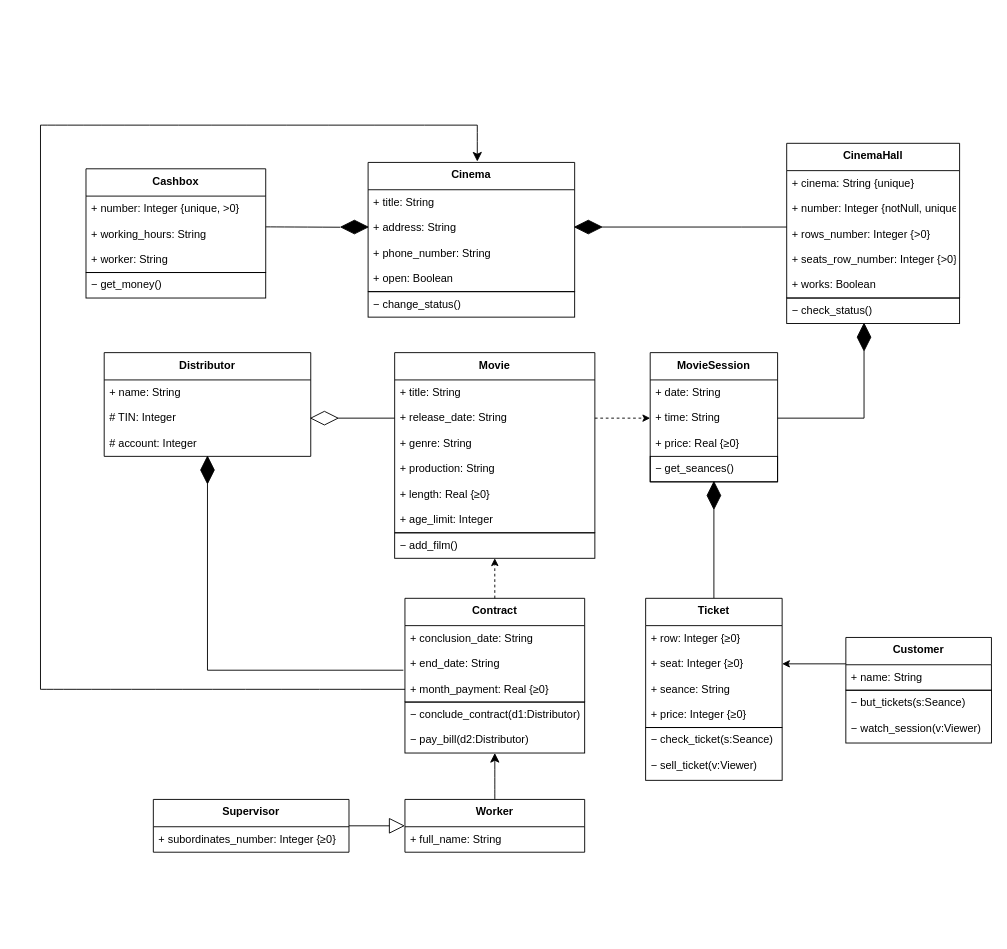
Before: Диаграмма классов.drawio in ANDaniell/-design-practice, a draw.io diagram. Source tidied: cells renumbered, new cells numbered last; positions are measured from the earlier drawing's top-left corner, leaving out a move shared by most shapes. Both pictures are drawn from the tidied source at 91%, with x=0, y=0 at pixel (40, 125).
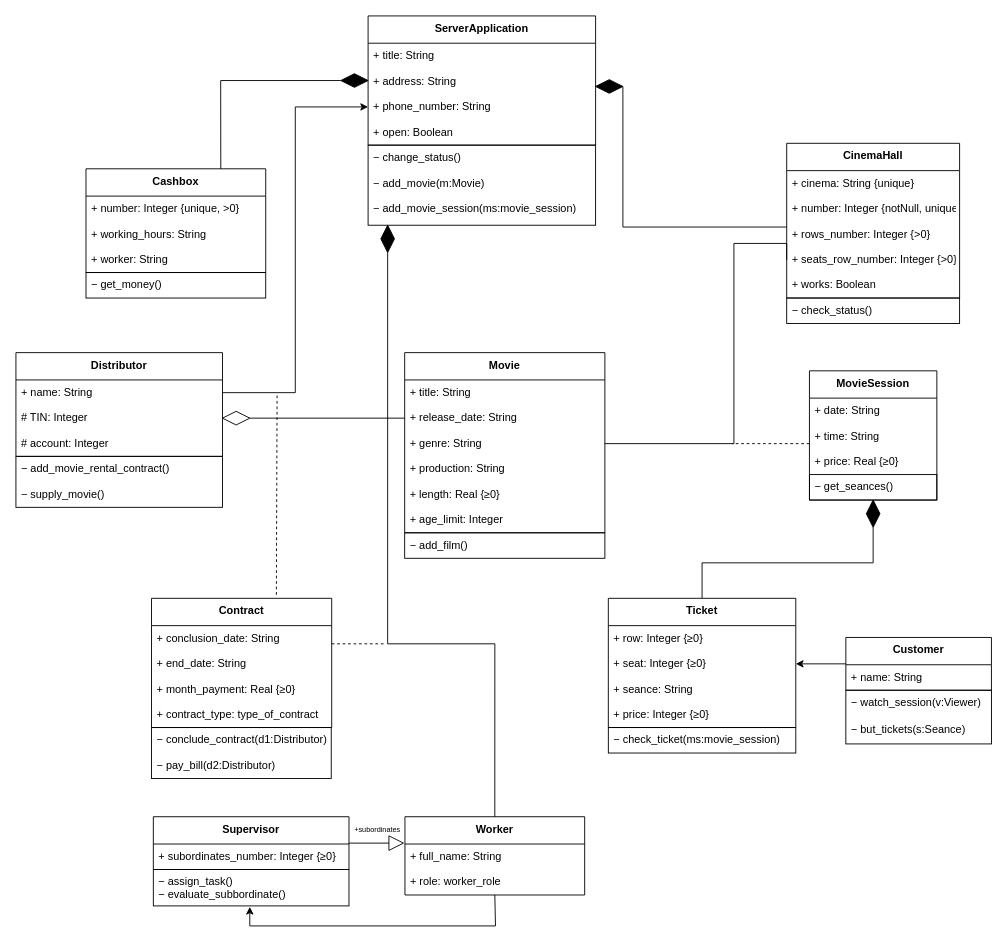
The same diagram, later.

The change refers to these unchanged cells:
```xml
<mxCell id="13" value="+ seats_row_number: Integer {&gt;0}" style="text;strokeColor=none;fillColor=none;align=left;verticalAlign=top;spacingLeft=4;spacingRight=4;overflow=hidden;points=[[0,0.5],[1,0.5]];portConstraint=eastwest;" parent="9" vertex="1">
  <mxGeometry y="114" width="190" height="28" as="geometry" />
</mxCell>
<mxCell id="17" value="+ release_date: String" style="text;strokeColor=none;fillColor=none;align=left;verticalAlign=top;spacingLeft=4;spacingRight=4;overflow=hidden;points=[[0,0.5],[1,0.5]];portConstraint=eastwest;" parent="15" vertex="1">
  <mxGeometry y="58" width="220" height="28" as="geometry" />
</mxCell>
<mxCell id="25" value="+ time: String" style="text;strokeColor=none;fillColor=none;align=left;verticalAlign=top;spacingLeft=4;spacingRight=4;overflow=hidden;points=[[0,0.5],[1,0.5]];portConstraint=eastwest;" parent="23" vertex="1">
  <mxGeometry y="58" width="140" height="28" as="geometry" />
</mxCell>
<mxCell id="44" value="+ name: String" style="text;strokeColor=none;fillColor=none;align=left;verticalAlign=top;spacingLeft=4;spacingRight=4;overflow=hidden;points=[[0,0.5],[1,0.5]];portConstraint=eastwest;" parent="43" vertex="1">
  <mxGeometry y="30" width="227" height="28" as="geometry" />
</mxCell>
<mxCell id="58" value="Cashbox" style="swimlane;fontStyle=1;align=center;verticalAlign=top;horizontal=1;startSize=30;" parent="1" vertex="1">
  <mxGeometry x="50" y="48" width="197.5" height="114" as="geometry" />
</mxCell>
```

Change to the diagram source:
```diff
@@
+    <mxCell id="87" style="rounded=0;whiteSpace=wrap;html=1;fillColor=none;" parent="1" vertex="1">
+      <mxGeometry x="124" y="818" width="215" height="40" as="geometry" />
+    </mxCell>
     <mxCell id="2" style="rounded=0;whiteSpace=wrap;html=1;fillColor=none;" parent="1" vertex="1">
-      <mxGeometry x="400.5" y="634" width="197.5" height="56" as="geometry" />
+      <mxGeometry x="122" y="662" width="197.5" height="56" as="geometry" />
     </mxCell>
@@
-    <mxCell id="4" value="Cinema" style="swimlane;fontStyle=1;align=center;verticalAlign=top;horizontal=1;startSize=30;" parent="1" vertex="1">
-      <mxGeometry x="360" y="41" width="227" height="142" as="geometry" />
+    <mxCell id="4" value="ServerApplication" style="swimlane;fontStyle=1;align=center;verticalAlign=top;horizontal=1;startSize=30;" parent="1" vertex="1">
+      <mxGeometry x="360" y="-120" width="250" height="142" as="geometry" />
     </mxCell>
     <mxCell id="5" value="+ title: String" style="text;strokeColor=none;fillColor=none;align=left;verticalAlign=top;spacingLeft=4;spacingRight=4;overflow=hidden;" parent="4" vertex="1">
-      <mxGeometry y="30" width="227" height="28" as="geometry" />
+      <mxGeometry y="30" width="250" height="28" as="geometry" />
     </mxCell>
     <mxCell id="6" value="+ address: String" style="text;strokeColor=none;fillColor=none;align=left;verticalAlign=top;spacingLeft=4;spacingRight=4;overflow=hidden;" parent="4" vertex="1">
-      <mxGeometry y="58" width="227" height="28" as="geometry" />
+      <mxGeometry y="58" width="250" height="28" as="geometry" />
     </mxCell>
     <mxCell id="7" value="+ phone_number: String" style="text;strokeColor=none;fillColor=none;align=left;verticalAlign=top;spacingLeft=4;spacingRight=4;overflow=hidden;points=[[0,0.5],[1,0.5]];portConstraint=eastwest;" parent="4" vertex="1">
-      <mxGeometry y="86" width="227" height="28" as="geometry" />
+      <mxGeometry y="86" width="250" height="28" as="geometry" />
     </mxCell>
     <mxCell id="8" value="+ open: Boolean" style="text;strokeColor=none;fillColor=none;align=left;verticalAlign=top;spacingLeft=4;spacingRight=4;overflow=hidden;" parent="4" vertex="1">
-      <mxGeometry y="114" width="227" height="28" as="geometry" />
+      <mxGeometry y="114" width="250" height="28" as="geometry" />
     </mxCell>
@@
     <mxCell id="15" value="Movie" style="swimlane;fontStyle=1;align=center;verticalAlign=top;horizontal=1;startSize=30;" parent="1" vertex="1">
-      <mxGeometry x="389.2" y="250" width="220" height="198" as="geometry" />
+      <mxGeometry x="400.2" y="250" width="220" height="198" as="geometry" />
     </mxCell>
@@
     <mxCell id="23" value="MovieSession" style="swimlane;fontStyle=1;align=center;verticalAlign=top;horizontal=1;startSize=30;" parent="1" vertex="1">
-      <mxGeometry x="670" y="250" width="140" height="142" as="geometry" />
+      <mxGeometry x="845" y="270" width="140" height="142" as="geometry" />
     </mxCell>
@@
     <mxCell id="28" value="Ticket" style="swimlane;fontStyle=1;align=center;verticalAlign=top;horizontal=1;startSize=30;" parent="1" vertex="1">
-      <mxGeometry x="665" y="520" width="150" height="142" as="geometry" />
+      <mxGeometry x="624" y="520" width="206" height="142" as="geometry" />
     </mxCell>
     <mxCell id="29" value="+ row: Integer {≥0}" style="text;strokeColor=none;fillColor=none;align=left;verticalAlign=top;spacingLeft=4;spacingRight=4;overflow=hidden;" parent="28" vertex="1">
-      <mxGeometry y="30" width="150" height="28" as="geometry" />
+      <mxGeometry y="30" width="206" height="28" as="geometry" />
     </mxCell>
     <mxCell id="30" value="+ seat: Integer {≥0}" style="text;strokeColor=none;fillColor=none;align=left;verticalAlign=top;spacingLeft=4;spacingRight=4;overflow=hidden;points=[[0,0.5],[1,0.5]];portConstraint=eastwest;" parent="28" vertex="1">
-      <mxGeometry y="58" width="150" height="28" as="geometry" />
+      <mxGeometry y="58" width="206" height="28" as="geometry" />
     </mxCell>
     <mxCell id="31" value="+ seance: String" style="text;strokeColor=none;fillColor=none;align=left;verticalAlign=top;spacingLeft=4;spacingRight=4;overflow=hidden;" parent="28" vertex="1">
-      <mxGeometry y="86" width="150" height="28" as="geometry" />
+      <mxGeometry y="86" width="206" height="28" as="geometry" />
     </mxCell>
     <mxCell id="32" value="+ price: Integer {≥0}" style="text;strokeColor=none;fillColor=none;align=left;verticalAlign=top;spacingLeft=4;spacingRight=4;overflow=hidden;" parent="28" vertex="1">
-      <mxGeometry y="114" width="150" height="28" as="geometry" />
+      <mxGeometry y="114" width="206" height="28" as="geometry" />
     </mxCell>
@@
-    <mxCell id="35" style="edgeStyle=orthogonalEdgeStyle;rounded=0;jettySize=auto;html=1;exitX=1;exitY=0.5;exitDx=0;exitDy=0;endArrow=none;endFill=0;entryX=1;entryY=0.5;entryDx=0;entryDy=0;" parent="1" edge="1" source="25" target="48">
-      <mxGeometry relative="1" as="geometry" />
-    </mxCell>
-    <mxCell id="36" style="edgeStyle=orthogonalEdgeStyle;rounded=0;jettySize=auto;html=1;exitX=1;exitY=0.5;exitDx=0;exitDy=0;entryX=0;entryY=0.5;entryDx=0;entryDy=0;dashed=1;" parent="1" edge="1" source="17" target="25">
-      <mxGeometry relative="1" as="geometry" />
-    </mxCell>
     <mxCell id="37" value="Worker" style="swimlane;fontStyle=1;align=center;verticalAlign=top;horizontal=1;startSize=30;" parent="1" vertex="1">
-      <mxGeometry x="400.5" y="741" width="197.5" height="58" as="geometry" />
+      <mxGeometry x="400.5" y="760" width="197.5" height="86" as="geometry" />
     </mxCell>
@@
+    <mxCell id="88" value="+ role: worker_role" style="text;strokeColor=none;fillColor=none;align=left;verticalAlign=top;spacingLeft=4;spacingRight=4;overflow=hidden;" parent="37" vertex="1">
+      <mxGeometry y="58" width="197.5" height="28" as="geometry" />
+    </mxCell>
     <mxCell id="39" value="Contract" style="swimlane;fontStyle=1;align=center;verticalAlign=top;horizontal=1;startSize=30;" parent="1" vertex="1">
-      <mxGeometry x="400.5" y="520" width="197.5" height="114" as="geometry" />
+      <mxGeometry x="122" y="520" width="198" height="142" as="geometry" />
     </mxCell>
     <mxCell id="40" value="+ conclusion_date: String" style="text;strokeColor=none;fillColor=none;align=left;verticalAlign=top;spacingLeft=4;spacingRight=4;overflow=hidden;" parent="39" vertex="1">
-      <mxGeometry y="30" width="197.5" height="28" as="geometry" />
+      <mxGeometry y="30" width="198" height="28" as="geometry" />
     </mxCell>
     <mxCell id="41" value="+ end_date: String" style="text;strokeColor=none;fillColor=none;align=left;verticalAlign=top;spacingLeft=4;spacingRight=4;overflow=hidden;points=[[0,0.5],[1,0.5]];portConstraint=eastwest;" parent="39" vertex="1">
-      <mxGeometry y="58" width="197.5" height="28" as="geometry" />
+      <mxGeometry y="58" width="198" height="28" as="geometry" />
     </mxCell>
     <mxCell id="42" value="+ month_payment: Real {≥0}" style="text;strokeColor=none;fillColor=none;align=left;verticalAlign=top;spacingLeft=4;spacingRight=4;overflow=hidden;points=[[0,0.5],[1,0.5]];portConstraint=eastwest;" parent="39" vertex="1">
-      <mxGeometry y="86" width="197.5" height="28" as="geometry" />
+      <mxGeometry y="86" width="198" height="28" as="geometry" />
     </mxCell>
+    <mxCell id="89" value="+ contract_type: type_of_contract" style="text;strokeColor=none;fillColor=none;align=left;verticalAlign=top;spacingLeft=4;spacingRight=4;overflow=hidden;" parent="39" vertex="1">
+      <mxGeometry y="114" width="198" height="28" as="geometry" />
+    </mxCell>
     <mxCell id="43" value="Distributor" style="swimlane;fontStyle=1;align=center;verticalAlign=top;horizontal=1;startSize=30;" parent="1" vertex="1">
-      <mxGeometry x="70" y="250" width="227" height="114" as="geometry" />
+      <mxGeometry x="-27" y="250" width="227" height="114" as="geometry" />
     </mxCell>
@@
     <mxCell id="47" style="rhombus;whiteSpace=wrap;html=1;gradientColor=none;fillStyle=auto;fillColor=#000000;" parent="1" vertex="1">
-      <mxGeometry x="587" y="104.5" width="30" height="15" as="geometry" />
+      <mxGeometry x="610" y="-50" width="30" height="15" as="geometry" />
     </mxCell>
-    <mxCell id="48" style="rhombus;whiteSpace=wrap;html=1;gradientColor=none;fillStyle=auto;fillColor=#000000;direction=south;" parent="1" vertex="1">
-      <mxGeometry x="897.5" y="218" width="15" height="30" as="geometry" />
-    </mxCell>
-    <mxCell id="49" style="endArrow=classic;html=1;rounded=0;exitX=0.5;exitY=0;exitDx=0;exitDy=0;dashed=1;" parent="1" edge="1" source="39" target="74">
-      <mxGeometry relative="1" as="geometry" />
-    </mxCell>
@@
     <mxCell id="51" style="rhombus;whiteSpace=wrap;html=1;gradientColor=none;fillStyle=auto;fillColor=#FFFFFF;" parent="1" vertex="1">
-      <mxGeometry x="297" y="314.5" width="30" height="15" as="geometry" />
+      <mxGeometry x="200" y="314.5" width="30" height="15" as="geometry" />
     </mxCell>
     <mxCell id="52" style="rhombus;whiteSpace=wrap;html=1;gradientColor=none;fillStyle=auto;fillColor=#000000;direction=south;" parent="1" vertex="1">
-      <mxGeometry x="732.5" y="392" width="15" height="30" as="geometry" />
+      <mxGeometry x="907.5" y="412" width="15" height="30" as="geometry" />
     </mxCell>
-    <mxCell id="53" style="edgeStyle=orthogonalEdgeStyle;rounded=0;jettySize=auto;html=1;exitX=1;exitY=0.5;exitDx=0;exitDy=0;entryX=-0.009;entryY=0.75;entryDx=0;entryDy=0;endArrow=none;endFill=0;entryPerimeter=0;" parent="1" edge="1" source="54" target="41">
-      <mxGeometry relative="1" as="geometry" />
-    </mxCell>
-    <mxCell id="54" style="rhombus;whiteSpace=wrap;html=1;gradientColor=none;fillStyle=auto;fillColor=#000000;direction=south;" parent="1" vertex="1">
-      <mxGeometry x="176" y="364" width="15" height="30" as="geometry" />
-    </mxCell>
@@
-    <mxCell id="57" style="edgeStyle=none;curved=1;rounded=0;jettySize=auto;html=1;exitX=0.5;exitY=0;exitDx=0;exitDy=0;fontSize=12;startSize=8;endSize=8;entryX=0.5;entryY=1;entryDx=0;entryDy=0;" parent="1" edge="1" source="37" target="2">
-      <mxGeometry relative="1" as="geometry" />
-    </mxCell>
@@
     <mxCell id="62" style="rhombus;whiteSpace=wrap;html=1;gradientColor=none;fillStyle=auto;fillColor=#000000;" parent="1" vertex="1">
-      <mxGeometry x="330" y="104.5" width="30" height="15" as="geometry" />
+      <mxGeometry x="330" y="-56.5" width="30" height="15" as="geometry" />
     </mxCell>
-    <mxCell id="63" style="endArrow=none;html=1;rounded=0;fontSize=12;startSize=8;endSize=8;curved=1;exitX=1.003;exitY=0.202;exitDx=0;exitDy=0;exitPerimeter=0;entryX=0;entryY=0.5;entryDx=0;entryDy=0;" parent="1" edge="1">
-      <mxGeometry relative="1" as="geometry">
-        <mxPoint x="247.5" y="111.8" as="sourcePoint" />
-        <mxPoint x="329.4" y="112.2" as="targetPoint" />
-      </mxGeometry>
-    </mxCell>
-    <mxCell id="64" style="endArrow=none;html=1;rounded=0;fontSize=12;startSize=8;endSize=8;curved=1;" parent="1" edge="1">
-      <mxGeometry relative="1" as="geometry">
-        <mxPoint as="sourcePoint" />
-        <mxPoint x="480" as="targetPoint" />
-      </mxGeometry>
-    </mxCell>
-    <mxCell id="65" style="endArrow=classic;html=1;rounded=0;fontSize=12;startSize=8;endSize=8;curved=1;" parent="1" edge="1">
-      <mxGeometry relative="1" as="geometry">
-        <mxPoint x="480" as="sourcePoint" />
-        <mxPoint x="480" y="40" as="targetPoint" />
-      </mxGeometry>
-    </mxCell>
@@
     <mxCell id="68" style="rounded=0;whiteSpace=wrap;html=1;fillColor=none;" parent="1" vertex="1">
-      <mxGeometry x="360" y="183" width="227" height="28" as="geometry" />
+      <mxGeometry x="360" y="22" width="250" height="88" as="geometry" />
     </mxCell>
     <mxCell id="69" value="− change_status()" style="text;strokeColor=none;fillColor=none;align=left;verticalAlign=top;spacingLeft=4;spacingRight=4;overflow=hidden;" parent="1" vertex="1">
-      <mxGeometry x="360" y="183" width="227" height="28" as="geometry" />
+      <mxGeometry x="360" y="22" width="227" height="28" as="geometry" />
     </mxCell>
     <mxCell id="70" value="− pay_bill(d2:Distributor)" style="text;strokeColor=none;fillColor=none;align=left;verticalAlign=top;spacingLeft=4;spacingRight=4;overflow=hidden;" parent="1" vertex="1">
-      <mxGeometry x="400.5" y="662" width="199.5" height="28" as="geometry" />
+      <mxGeometry x="122" y="690" width="199.5" height="28" as="geometry" />
     </mxCell>
     <mxCell id="71" style="rounded=0;whiteSpace=wrap;html=1;fillColor=none;" parent="1" vertex="1">
-      <mxGeometry x="665" y="662" width="150" height="58" as="geometry" />
+      <mxGeometry x="624" y="662" width="206" height="28" as="geometry" />
     </mxCell>
-    <mxCell id="72" value="− check_ticket(s:Seance)" style="text;strokeColor=none;fillColor=none;align=left;verticalAlign=top;spacingLeft=4;spacingRight=4;overflow=hidden;" parent="1" vertex="1">
-      <mxGeometry x="665" y="662" width="150" height="28" as="geometry" />
+    <mxCell id="72" value="− check_ticket(ms:movie_session)" style="text;strokeColor=none;fillColor=none;align=left;verticalAlign=top;spacingLeft=4;spacingRight=4;overflow=hidden;" parent="1" vertex="1">
+      <mxGeometry x="624" y="662" width="206" height="28" as="geometry" />
     </mxCell>
     <mxCell id="73" style="rounded=0;whiteSpace=wrap;html=1;fillColor=none;" parent="1" vertex="1">
-      <mxGeometry x="389.2" y="448" width="220" height="28" as="geometry" />
+      <mxGeometry x="400.2" y="448" width="220" height="28" as="geometry" />
     </mxCell>
     <mxCell id="74" value="− add_film()" style="text;strokeColor=none;fillColor=none;align=left;verticalAlign=top;spacingLeft=4;spacingRight=4;overflow=hidden;points=[[0,0.5],[1,0.5]];portConstraint=eastwest;" parent="1" vertex="1">
-      <mxGeometry x="389.2" y="448" width="220" height="28" as="geometry" />
+      <mxGeometry x="400.2" y="448" width="220" height="28" as="geometry" />
     </mxCell>
@@
     <mxCell id="76" value="− get_seances()" style="text;strokeColor=none;fillColor=none;align=left;verticalAlign=top;spacingLeft=4;spacingRight=4;overflow=hidden;" parent="1" vertex="1">
-      <mxGeometry x="670" y="364" width="140" height="28" as="geometry" />
+      <mxGeometry x="845" y="384" width="140" height="28" as="geometry" />
     </mxCell>
-    <mxCell id="77" value="− sell_ticket(v:Viewer)" style="text;strokeColor=none;fillColor=none;align=left;verticalAlign=top;spacingLeft=4;spacingRight=4;overflow=hidden;" parent="1" vertex="1">
-      <mxGeometry x="665" y="690" width="150" height="28" as="geometry" />
-    </mxCell>
     <mxCell id="78" value="Supervisor" style="swimlane;fontStyle=1;align=center;verticalAlign=top;horizontal=1;startSize=30;" parent="1" vertex="1">
-      <mxGeometry x="124" y="741" width="215" height="58" as="geometry" />
+      <mxGeometry x="124" y="760" width="215" height="58" as="geometry" />
     </mxCell>
@@
-    <mxCell id="80" style="endArrow=block;endFill=0;html=1;rounded=0;endSize=15;exitX=1;exitY=0.5;exitDx=0;exitDy=0;" parent="1" edge="1" source="78" target="37">
-      <mxGeometry relative="1" as="geometry" />
+    <mxCell id="80" style="endArrow=block;endFill=0;html=1;rounded=0;endSize=15;exitX=1;exitY=0.5;exitDx=0;exitDy=0;" parent="1" edge="1" source="78">
+      <mxGeometry relative="1" as="geometry">
+        <mxPoint x="400" y="789" as="targetPoint" />
+      </mxGeometry>
     </mxCell>
-    <mxCell id="81" style="endArrow=none;html=1;rounded=0;fontSize=12;startSize=8;endSize=8;curved=1;entryX=0;entryY=0.5;entryDx=0;entryDy=0;" parent="1" edge="1" target="42">
-      <mxGeometry relative="1" as="geometry">
-        <mxPoint y="620" as="sourcePoint" />
-      </mxGeometry>
-    </mxCell>
-    <mxCell id="82" style="endArrow=none;html=1;rounded=0;" parent="1" edge="1">
-      <mxGeometry relative="1" as="geometry">
-        <mxPoint y="620" as="sourcePoint" />
-        <mxPoint as="targetPoint" />
-      </mxGeometry>
-    </mxCell>
+    <mxCell id="90" value="+subordinates" style="edgeLabel;html=1;align=center;verticalAlign=middle;fontSize=8;" parent="80" vertex="1">
+      <mxGeometry x="-0.15" y="-1" relative="1" as="geometry">
+        <mxPoint x="4" y="-17" as="offset" />
+      </mxGeometry>
+    </mxCell>
     <mxCell id="83" value="− conclude_contract(d1:Distributor)" style="text;strokeColor=none;fillColor=none;align=left;verticalAlign=top;spacingLeft=4;spacingRight=4;overflow=hidden;" parent="1" vertex="1">
-      <mxGeometry x="400.5" y="634" width="197.5" height="28" as="geometry" />
+      <mxGeometry x="122" y="662" width="197.5" height="28" as="geometry" />
     </mxCell>
     <mxCell id="84" style="rounded=0;whiteSpace=wrap;html=1;fillColor=none;" parent="1" vertex="1">
-      <mxGeometry x="885" y="621" width="160" height="58" as="geometry" />
+      <mxGeometry x="885" y="621" width="160" height="59" as="geometry" />
     </mxCell>
     <mxCell id="85" value="− but_tickets(s:Seance)" style="text;strokeColor=none;fillColor=none;align=left;verticalAlign=top;spacingLeft=4;spacingRight=4;overflow=hidden;" parent="1" vertex="1">
-      <mxGeometry x="885" y="621" width="160" height="28" as="geometry" />
+      <mxGeometry x="885" y="650" width="160" height="28" as="geometry" />
     </mxCell>
     <mxCell id="86" value="− watch_session(v:Viewer)" style="text;strokeColor=none;fillColor=none;align=left;verticalAlign=top;spacingLeft=4;spacingRight=4;overflow=hidden;" parent="1" vertex="1">
-      <mxGeometry x="885" y="649" width="160" height="28" as="geometry" />
+      <mxGeometry x="885" y="621" width="160" height="29" as="geometry" />
     </mxCell>
+    <mxCell id="91" style="edgeStyle=orthogonalEdgeStyle;rounded=0;jettySize=auto;html=1;endArrow=none;endFill=0;entryX=0;entryY=0.5;entryDx=0;entryDy=0;" parent="1" edge="1" target="13">
+      <mxGeometry relative="1" as="geometry">
+        <mxPoint x="620" y="350" as="sourcePoint" />
+        <Array as="points">
+          <mxPoint x="762" y="350" />
+          <mxPoint x="762" y="130" />
+          <mxPoint x="820" y="130" />
+        </Array>
+      </mxGeometry>
+    </mxCell>
+    <mxCell id="92" style="endArrow=none;dashed=1;html=1;rounded=0;exitX=0;exitY=0.786;exitDx=0;exitDy=0;exitPerimeter=0;" parent="1" edge="1" source="25">
+      <mxGeometry relative="1" as="geometry">
+        <mxPoint x="760" y="350" as="targetPoint" />
+      </mxGeometry>
+    </mxCell>
+    <mxCell id="93" style="edgeStyle=orthogonalEdgeStyle;rounded=0;jettySize=auto;html=1;entryX=0;entryY=0.5;entryDx=0;entryDy=0;" parent="1" edge="1" source="44" target="7">
+      <mxGeometry relative="1" as="geometry" />
+    </mxCell>
+    <mxCell id="94" style="endArrow=none;dashed=1;html=1;rounded=0;exitX=0.796;exitY=0.001;exitDx=0;exitDy=0;exitPerimeter=0;" parent="1" edge="1">
+      <mxGeometry relative="1" as="geometry">
+        <mxPoint x="259.2" y="516.1" as="sourcePoint" />
+        <mxPoint x="260" y="296" as="targetPoint" />
+      </mxGeometry>
+    </mxCell>
+    <mxCell id="95" style="rhombus;whiteSpace=wrap;html=1;gradientColor=none;fillStyle=auto;fillColor=#000000;direction=south;" parent="1" vertex="1">
+      <mxGeometry x="374" y="110" width="15" height="30" as="geometry" />
+    </mxCell>
+    <mxCell id="96" style="edgeStyle=orthogonalEdgeStyle;rounded=0;jettySize=auto;html=1;exitX=1;exitY=0.5;exitDx=0;exitDy=0;endArrow=none;endFill=0;entryX=0.5;entryY=0;entryDx=0;entryDy=0;" parent="1" edge="1" source="95" target="37">
+      <mxGeometry relative="1" as="geometry">
+        <Array as="points">
+          <mxPoint x="382" y="570" />
+          <mxPoint x="499" y="570" />
+        </Array>
+      </mxGeometry>
+    </mxCell>
+    <mxCell id="97" style="endArrow=classic;html=1;rounded=0;exitX=0.5;exitY=1;exitDx=0;exitDy=0;" parent="1" edge="1" source="37">
+      <mxGeometry relative="1" as="geometry">
+        <mxPoint x="230" y="859" as="targetPoint" />
+        <Array as="points">
+          <mxPoint x="500" y="880" />
+          <mxPoint x="230" y="880" />
+        </Array>
+      </mxGeometry>
+    </mxCell>
+    <mxCell id="98" style="endArrow=none;dashed=1;html=1;rounded=0;" parent="1" edge="1">
+      <mxGeometry relative="1" as="geometry">
+        <mxPoint x="320" y="570" as="sourcePoint" />
+        <mxPoint x="380" y="570" as="targetPoint" />
+      </mxGeometry>
+    </mxCell>
+    <mxCell id="99" value="− assign_task()&#10;− evaluate_subbordinate()" style="text;strokeColor=none;fillColor=none;align=left;verticalAlign=top;spacingLeft=4;spacingRight=4;overflow=hidden;" parent="1" vertex="1">
+      <mxGeometry x="124" y="818" width="215" height="40" as="geometry" />
+    </mxCell>
+    <mxCell id="100" style="endArrow=none;html=1;rounded=0;entryX=0;entryY=0.5;entryDx=0;entryDy=0;exitX=0.75;exitY=0;exitDx=0;exitDy=0;" parent="1" edge="1" source="58" target="62">
+      <mxGeometry relative="1" as="geometry">
+        <Array as="points">
+          <mxPoint x="198" y="-49" />
+        </Array>
+      </mxGeometry>
+    </mxCell>
+    <mxCell id="101" value="− add_movie(m:Movie)" style="text;strokeColor=none;fillColor=none;align=left;verticalAlign=top;spacingLeft=4;spacingRight=4;overflow=hidden;" parent="1" vertex="1">
+      <mxGeometry x="360" y="50" width="227" height="28" as="geometry" />
+    </mxCell>
+    <mxCell id="102" value="− add_movie_session(ms:movie_session)" style="text;strokeColor=none;fillColor=none;align=left;verticalAlign=top;spacingLeft=4;spacingRight=4;overflow=hidden;" parent="1" vertex="1">
+      <mxGeometry x="360" y="78" width="250" height="28" as="geometry" />
+    </mxCell>
+    <mxCell id="103" style="rounded=0;whiteSpace=wrap;html=1;fillColor=none;" parent="1" vertex="1">
+      <mxGeometry x="-27" y="364" width="227" height="56" as="geometry" />
+    </mxCell>
+    <mxCell id="104" value="− add_movie_rental_contract()" style="text;strokeColor=none;fillColor=none;align=left;verticalAlign=top;spacingLeft=4;spacingRight=4;overflow=hidden;" parent="1" vertex="1">
+      <mxGeometry x="-27" y="364" width="227" height="28" as="geometry" />
+    </mxCell>
+    <mxCell id="105" value="− supply_movie()" style="text;strokeColor=none;fillColor=none;align=left;verticalAlign=top;spacingLeft=4;spacingRight=4;overflow=hidden;" parent="1" vertex="1">
+      <mxGeometry x="-27" y="392" width="227" height="28" as="geometry" />
+    </mxCell>
```
